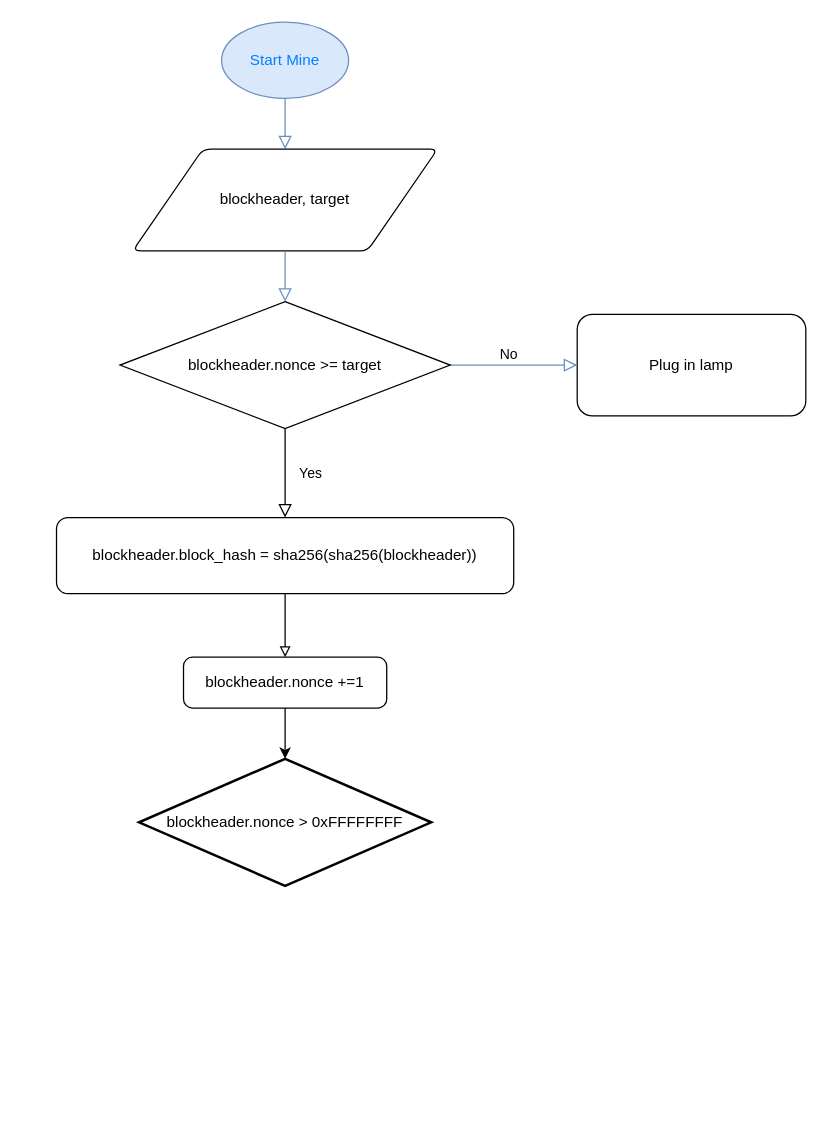
Above: Untitled Diagram.drawio in 44120N/blockchain_rp (draw.io), before the change. Source tidied: cells renumbered, new cells numbered last; positions are measured from the earlier drawing's top-left corner, leaving out a move shared by most shapes. Both pictures are drawn from the tidied source at 127%, with x=0, y=0 at pixel (56, 22).
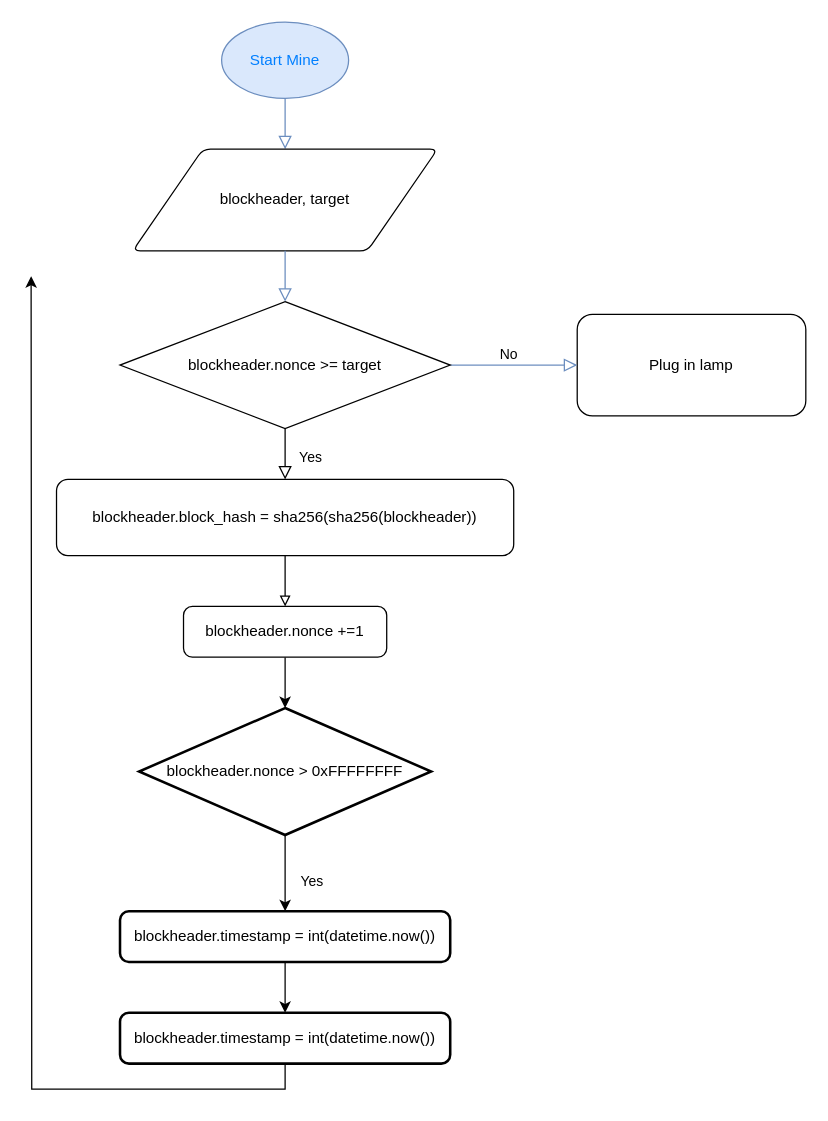
After the change.

Unchanged cells that the change refers to:
```xml
<mxCell id="11" value="blockheader.nonce &amp;gt;= target" style="strokeWidth=1;html=1;shape=mxgraph.flowchart.decision;whiteSpace=wrap;" parent="1" vertex="1">
  <mxGeometry x="50" y="220" width="260" height="100" as="geometry" />
</mxCell>
```

The edit, as a diff of the source:
```diff
@@
     <mxCell id="3" value="Yes" style="rounded=0;html=1;jettySize=auto;fontSize=11;endArrow=block;endFill=0;endSize=8;strokeWidth=1;shadow=0;labelBackgroundColor=none;edgeStyle=orthogonalEdgeStyle;exitX=0.5;exitY=1;exitDx=0;exitDy=0;exitPerimeter=0;entryX=0.5;entryY=0;entryDx=0;entryDy=0;" parent="1" edge="1" source="11" target="6">
-      <mxGeometry y="20" relative="1" as="geometry" />
+      <mxGeometry x="0.14" y="20" relative="1" as="geometry" />
     </mxCell>
@@
     <mxCell id="6" value="blockheader.block_hash =&amp;nbsp;&lt;span style=&quot;background-color: transparent; color: light-dark(rgb(0, 0, 0), rgb(255, 255, 255));&quot;&gt;sha256(sha256(blockheader))&lt;/span&gt;" style="rounded=1;whiteSpace=wrap;html=1;fontSize=12;glass=0;strokeWidth=1;shadow=0;" parent="1" vertex="1">
-      <mxGeometry y="390" width="360" height="60" as="geometry" />
+      <mxGeometry y="360" width="360" height="60" as="geometry" />
     </mxCell>
@@
     <mxCell id="14" value="blockheader.nonce +=1" style="rounded=1;whiteSpace=wrap;html=1;absoluteArcSize=1;arcSize=14;strokeWidth=1;" parent="1" vertex="1">
-      <mxGeometry x="100" y="500" width="160" height="40" as="geometry" />
+      <mxGeometry x="100" y="460" width="160" height="40" as="geometry" />
     </mxCell>
+    <mxCell id="16" style="edgeStyle=orthogonalEdgeStyle;rounded=0;jettySize=auto;html=1;exitX=0.5;exitY=1;exitDx=0;exitDy=0;exitPerimeter=0;entryX=0.5;entryY=0;entryDx=0;entryDy=0;" parent="1" edge="1" source="15" target="19">
+      <mxGeometry relative="1" as="geometry" />
+    </mxCell>
+    <mxCell id="17" value="Yes" style="edgeLabel;html=1;align=center;verticalAlign=middle;" parent="16" vertex="1">
+      <mxGeometry x="-0.16" y="2" relative="1" as="geometry">
+        <mxPoint x="18" y="11" as="offset" />
+      </mxGeometry>
+    </mxCell>
     <mxCell id="15" value="blockheader.nonce &amp;gt; 0xFFFFFFFF" style="strokeWidth=2;html=1;shape=mxgraph.flowchart.decision;whiteSpace=wrap;" parent="1" vertex="1">
-      <mxGeometry x="65" y="580" width="230" height="100" as="geometry" />
+      <mxGeometry x="65" y="540" width="230" height="100" as="geometry" />
     </mxCell>
+    <mxCell id="18" style="edgeStyle=orthogonalEdgeStyle;rounded=0;jettySize=auto;html=1;exitX=0.5;exitY=1;exitDx=0;exitDy=0;entryX=0.5;entryY=0;entryDx=0;entryDy=0;" parent="1" edge="1" source="19" target="21">
+      <mxGeometry relative="1" as="geometry" />
+    </mxCell>
+    <mxCell id="19" value="blockheader.timestamp = int(datetime.now())" style="rounded=1;whiteSpace=wrap;html=1;absoluteArcSize=1;arcSize=14;strokeWidth=2;" parent="1" vertex="1">
+      <mxGeometry x="50" y="700" width="260" height="40" as="geometry" />
+    </mxCell>
+    <mxCell id="20" style="edgeStyle=orthogonalEdgeStyle;rounded=0;jettySize=auto;html=1;exitX=0.5;exitY=1;exitDx=0;exitDy=0;" parent="1" edge="1" source="21">
+      <mxGeometry relative="1" as="geometry">
+        <mxPoint x="-20" y="200" as="targetPoint" />
+      </mxGeometry>
+    </mxCell>
+    <mxCell id="21" value="blockheader.timestamp = int(datetime.now())" style="rounded=1;whiteSpace=wrap;html=1;absoluteArcSize=1;arcSize=14;strokeWidth=2;" parent="1" vertex="1">
+      <mxGeometry x="50" y="780" width="260" height="40" as="geometry" />
+    </mxCell>
```
